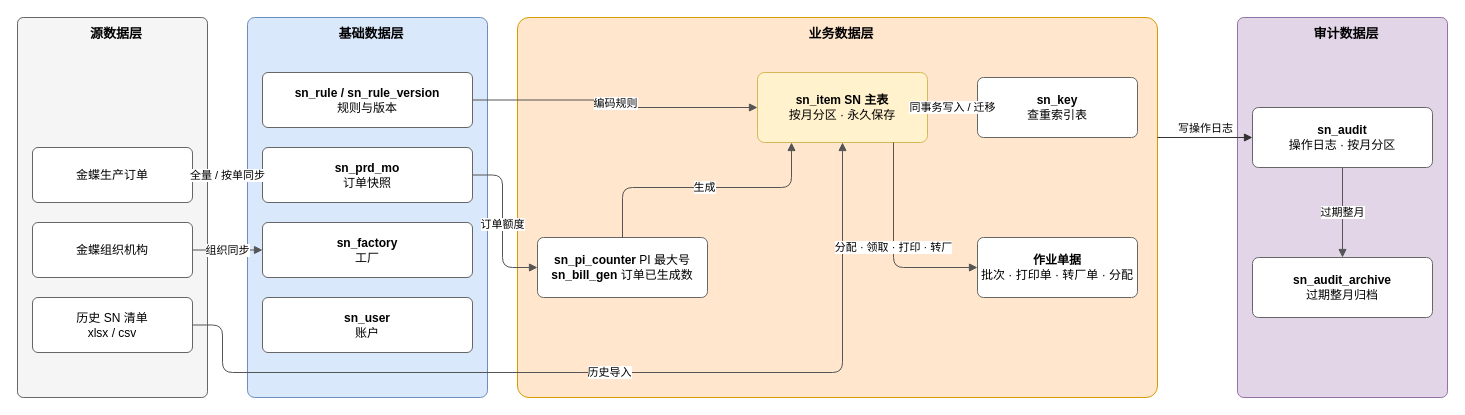
Createsnow/sn-center keeps this draw.io diagram as docs/images/系统技术方案/fig2-3-data-layer.drawio. Above is the earlier version. Source tidied: cells renumbered, new cells numbered last; positions are measured from the earlier drawing's top-left corner, leaving out a move shared by most shapes. Both pictures are drawn from the tidied source at 100%, with x=0, y=0 at pixel (17, 17).
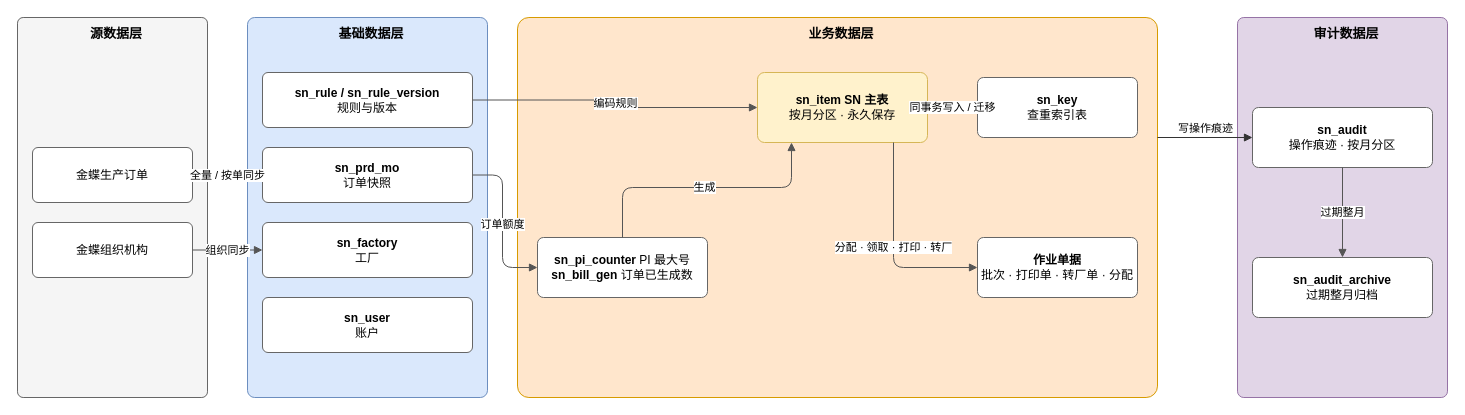
Above is the later version.

The change refers to these unchanged cells:
```xml
<mxCell id="13" value="&lt;b&gt;sn_item SN 主表&lt;/b&gt;&lt;br&gt;按月分区 · 永久保存" style="rounded=1;arcSize=10;whiteSpace=wrap;html=1;fillColor=#fff2cc;strokeColor=#d6b656;fontSize=12;fontFamily=Microsoft YaHei,PingFang SC,Helvetica,Arial,WenQuanYi Zen Hei,sans-serif;" parent="1" vertex="1">
  <mxGeometry x="740" y="55" width="170" height="70" as="geometry" />
</mxCell>
```

The edit, as a diff of the source:
```diff
@@
-    <mxCell id="8" value="历史 SN 清单&lt;br&gt;xlsx / csv" style="rounded=1;arcSize=10;whiteSpace=wrap;html=1;fillColor=#ffffff;strokeColor=#666666;fontSize=12;fontFamily=Microsoft YaHei,PingFang SC,Helvetica,Arial,WenQuanYi Zen Hei,sans-serif;" parent="1" vertex="1">
-      <mxGeometry x="15" y="280" width="160" height="55" as="geometry" />
-    </mxCell>
@@
-    <mxCell id="17" value="&lt;b&gt;sn_audit&lt;/b&gt;&lt;br&gt;操作日志 · 按月分区" style="rounded=1;arcSize=10;whiteSpace=wrap;html=1;fillColor=#ffffff;strokeColor=#666666;fontSize=12;fontFamily=Microsoft YaHei,PingFang SC,Helvetica,Arial,WenQuanYi Zen Hei,sans-serif;" parent="1" vertex="1">
+    <mxCell id="17" value="&lt;b&gt;sn_audit&lt;/b&gt;&lt;br&gt;操作痕迹 · 按月分区" style="rounded=1;arcSize=10;whiteSpace=wrap;html=1;fillColor=#ffffff;strokeColor=#666666;fontSize=12;fontFamily=Microsoft YaHei,PingFang SC,Helvetica,Arial,WenQuanYi Zen Hei,sans-serif;" parent="1" vertex="1">
       <mxGeometry x="1235" y="90" width="180" height="60" as="geometry" />
     </mxCell>
@@
-    <mxCell id="24" value="历史导入" style="edgeStyle=orthogonalEdgeStyle;rounded=1;html=1;endArrow=block;endFill=1;strokeColor=#555555;fontSize=11;labelBackgroundColor=#ffffff;fontFamily=Microsoft YaHei,PingFang SC,Helvetica,Arial,WenQuanYi Zen Hei,sans-serif;exitX=1;exitY=0.5;exitDx=0;exitDy=0;entryX=0.5;entryY=1;entryDx=0;entryDy=0;" parent="1" edge="1" source="8" target="13">
-      <mxGeometry relative="1" as="geometry">
-        <Array as="points">
-          <mxPoint x="205" y="307" />
-          <mxPoint x="205" y="355" />
-          <mxPoint x="825" y="355" />
-        </Array>
-      </mxGeometry>
-    </mxCell>
@@
-    <mxCell id="27" value="写操作日志" style="html=1;endArrow=block;endFill=1;strokeColor=#333333;fontSize=11;labelBackgroundColor=#ffffff;verticalAlign=bottom;fontFamily=Microsoft YaHei,PingFang SC,Helvetica,Arial,WenQuanYi Zen Hei,sans-serif;" parent="1" edge="1">
+    <mxCell id="27" value="写操作痕迹" style="html=1;endArrow=block;endFill=1;strokeColor=#333333;fontSize=11;labelBackgroundColor=#ffffff;verticalAlign=bottom;fontFamily=Microsoft YaHei,PingFang SC,Helvetica,Arial,WenQuanYi Zen Hei,sans-serif;" parent="1" edge="1">
       <mxGeometry relative="1" as="geometry">
         <mxPoint x="1140" y="120" as="sourcePoint" />
         <mxPoint x="1235" y="120" as="targetPoint" />
       </mxGeometry>
     </mxCell>
```
